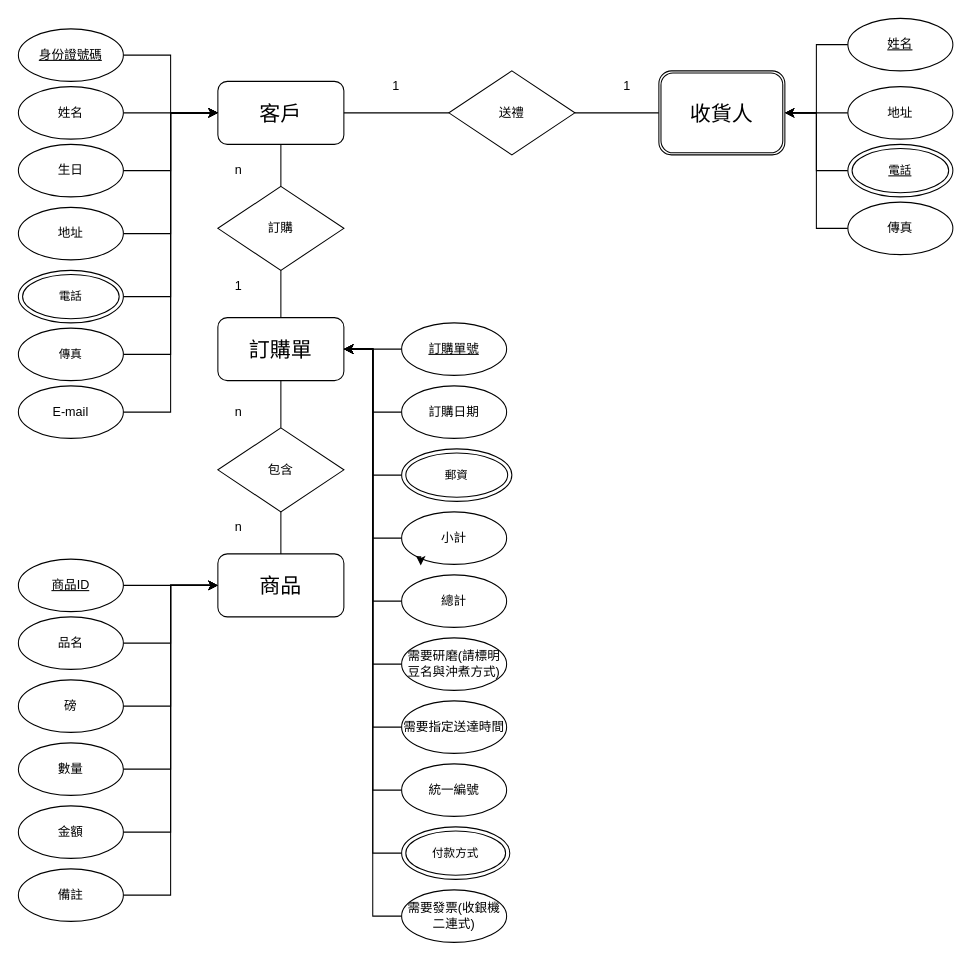
Earlier version of the draw.io diagram 原豆.drawio (Yohanewww/-). Source tidied: cells renumbered, new cells numbered last; positions are measured from the earlier drawing's top-left corner, leaving out a move shared by most shapes. Both pictures are drawn from the tidied source at 105%, with x=0, y=0 at pixel (18, 18).
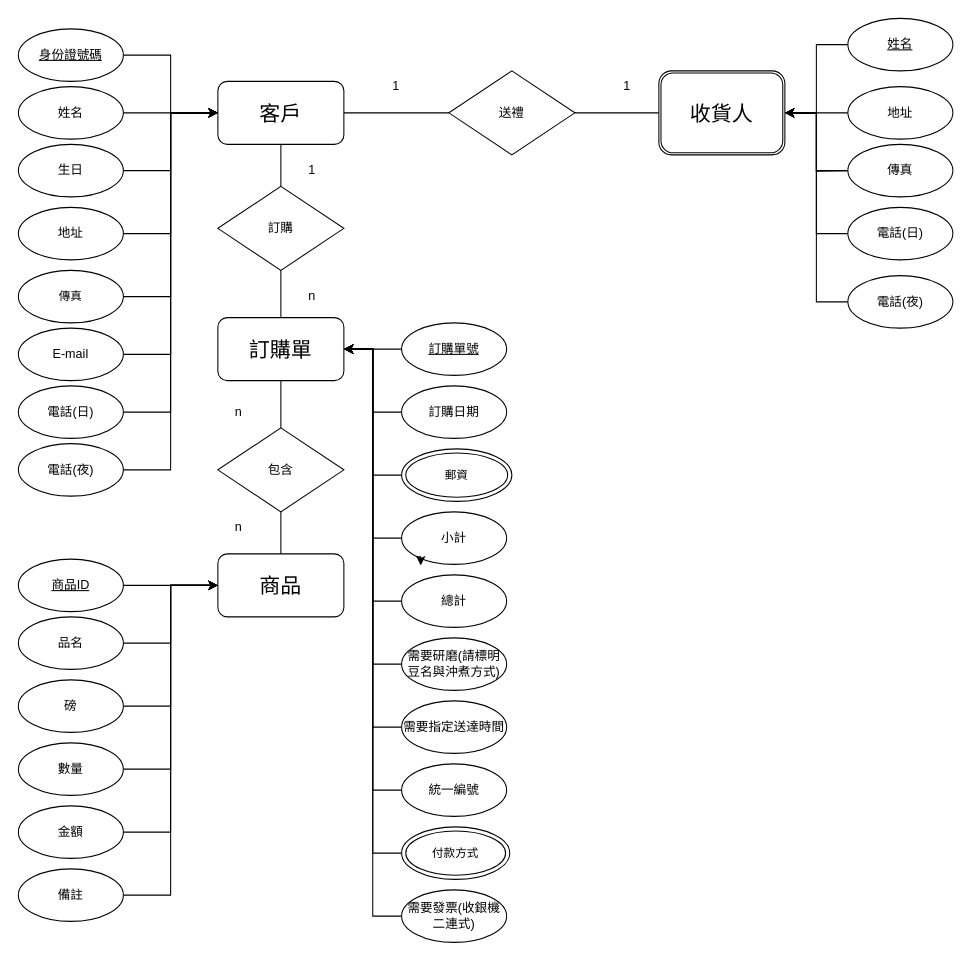
After the change.

The change refers to these unchanged cells:
```xml
<mxCell id="2" value="&lt;font style=&quot;font-size: 20px;&quot;&gt;客戶&lt;/font&gt;" style="rounded=1;whiteSpace=wrap;html=1;" parent="1" vertex="1">
  <mxGeometry x="190" y="60" width="120" height="60" as="geometry" />
</mxCell>
<mxCell id="75" value="&lt;font style=&quot;font-size: 20px;&quot;&gt;收貨人&lt;/font&gt;" style="shape=ext;double=1;rounded=1;whiteSpace=wrap;html=1;" parent="1" vertex="1">
  <mxGeometry x="610" y="50" width="120" height="80" as="geometry" />
</mxCell>
```

The edit, as a diff of the source:
```diff
@@
     <mxCell id="14" value="n" style="text;html=1;strokeColor=none;fillColor=none;align=center;verticalAlign=middle;whiteSpace=wrap;rounded=0;" parent="1" vertex="1">
-      <mxGeometry x="180" y="130" width="60" height="30" as="geometry" />
+      <mxGeometry x="250" y="250" width="60" height="30" as="geometry" />
     </mxCell>
@@
-    <mxCell id="21" style="edgeStyle=orthogonalEdgeStyle;rounded=0;jettySize=auto;html=1;entryX=0;entryY=0.5;entryDx=0;entryDy=0;exitX=1;exitY=0.5;exitDx=0;exitDy=0;" parent="1" edge="1" source="22" target="2">
+    <mxCell id="21" style="edgeStyle=orthogonalEdgeStyle;rounded=0;jettySize=auto;html=1;entryX=0;entryY=0.5;entryDx=0;entryDy=0;exitX=1;exitY=0.5;exitDx=0;exitDy=0;" parent="1" edge="1" target="2">
       <mxGeometry relative="1" as="geometry">
+        <mxPoint x="100" y="320" as="sourcePoint" />
         <Array as="points">
           <mxPoint x="145" y="320" />
           <mxPoint x="145" y="90" />
         </Array>
       </mxGeometry>
     </mxCell>
-    <mxCell id="22" value="&lt;span style=&quot;font-size: 11px;&quot;&gt;傳真&lt;/span&gt;" style="ellipse;whiteSpace=wrap;html=1;" parent="1" vertex="1">
-      <mxGeometry y="295" width="100" height="50" as="geometry" />
-    </mxCell>
@@
-    <mxCell id="24" value="E-mail" style="ellipse;whiteSpace=wrap;html=1;" parent="1" vertex="1">
+    <mxCell id="24" value="電話(日)" style="ellipse;whiteSpace=wrap;html=1;" parent="1" vertex="1">
       <mxGeometry y="350" width="100" height="50" as="geometry" />
     </mxCell>
@@
     <mxCell id="30" value="傳真" style="ellipse;whiteSpace=wrap;html=1;" parent="1" vertex="1">
-      <mxGeometry x="790" y="175" width="100" height="50" as="geometry" />
+      <mxGeometry x="790" y="120" width="100" height="50" as="geometry" />
     </mxCell>
@@
     <mxCell id="39" value="1" style="text;html=1;strokeColor=none;fillColor=none;align=center;verticalAlign=middle;whiteSpace=wrap;rounded=0;" parent="1" vertex="1">
-      <mxGeometry x="180" y="240" width="60" height="30" as="geometry" />
+      <mxGeometry x="250" y="130" width="60" height="30" as="geometry" />
     </mxCell>
@@
-    <mxCell id="69" style="edgeStyle=orthogonalEdgeStyle;rounded=0;jettySize=auto;html=1;entryX=0;entryY=0.5;entryDx=0;entryDy=0;exitX=1;exitY=0.5;exitDx=0;exitDy=0;" parent="1" edge="1" source="70" target="2">
+    <mxCell id="69" style="edgeStyle=orthogonalEdgeStyle;rounded=0;jettySize=auto;html=1;entryX=0;entryY=0.5;entryDx=0;entryDy=0;exitX=1;exitY=0.5;exitDx=0;exitDy=0;" parent="1" edge="1" target="2">
       <mxGeometry relative="1" as="geometry">
+        <mxPoint x="100" y="265" as="sourcePoint" />
         <Array as="points">
           <mxPoint x="145" y="265" />
           <mxPoint x="145" y="90" />
         </Array>
       </mxGeometry>
     </mxCell>
-    <mxCell id="70" value="&lt;font style=&quot;font-size: 11px;&quot;&gt;電話&lt;br&gt;&lt;/font&gt;" style="ellipse;shape=doubleEllipse;whiteSpace=wrap;html=1;" parent="1" vertex="1">
-      <mxGeometry y="240" width="100" height="50" as="geometry" />
-    </mxCell>
-    <mxCell id="71" style="edgeStyle=orthogonalEdgeStyle;rounded=0;jettySize=auto;html=1;entryX=1;entryY=0.5;entryDx=0;entryDy=0;" parent="1" edge="1" source="72" target="75">
-      <mxGeometry relative="1" as="geometry" />
+    <mxCell id="71" style="edgeStyle=orthogonalEdgeStyle;rounded=0;jettySize=auto;html=1;entryX=1;entryY=0.5;entryDx=0;entryDy=0;" parent="1" edge="1" target="75">
+      <mxGeometry relative="1" as="geometry">
+        <mxPoint x="790" y="145" as="sourcePoint" />
+      </mxGeometry>
     </mxCell>
-    <mxCell id="72" value="&lt;font style=&quot;font-size: 11px;&quot;&gt;&lt;u&gt;電話&lt;/u&gt;&lt;br&gt;&lt;/font&gt;" style="ellipse;shape=doubleEllipse;whiteSpace=wrap;html=1;" parent="1" vertex="1">
-      <mxGeometry x="790" y="120" width="100" height="50" as="geometry" />
-    </mxCell>
@@
+    <mxCell id="22" value="&lt;span style=&quot;font-size: 11px;&quot;&gt;傳真&lt;/span&gt;" style="ellipse;whiteSpace=wrap;html=1;" parent="1" vertex="1">
+      <mxGeometry y="240" width="100" height="50" as="geometry" />
+    </mxCell>
+    <mxCell id="76" value="E-mail" style="ellipse;whiteSpace=wrap;html=1;" parent="1" vertex="1">
+      <mxGeometry y="295" width="100" height="50" as="geometry" />
+    </mxCell>
+    <mxCell id="77" style="edgeStyle=orthogonalEdgeStyle;rounded=0;jettySize=auto;html=1;entryX=0;entryY=0.5;entryDx=0;entryDy=0;" parent="1" edge="1" source="78" target="2">
+      <mxGeometry relative="1" as="geometry" />
+    </mxCell>
+    <mxCell id="78" value="電話(夜)" style="ellipse;whiteSpace=wrap;html=1;" parent="1" vertex="1">
+      <mxGeometry y="405" width="100" height="50" as="geometry" />
+    </mxCell>
+    <mxCell id="79" style="edgeStyle=orthogonalEdgeStyle;rounded=0;jettySize=auto;html=1;entryX=1;entryY=0.5;entryDx=0;entryDy=0;" parent="1" edge="1" source="80" target="75">
+      <mxGeometry relative="1" as="geometry" />
+    </mxCell>
+    <mxCell id="80" value="電話(日)" style="ellipse;whiteSpace=wrap;html=1;" parent="1" vertex="1">
+      <mxGeometry x="790" y="180" width="100" height="50" as="geometry" />
+    </mxCell>
+    <mxCell id="81" style="edgeStyle=orthogonalEdgeStyle;rounded=0;jettySize=auto;html=1;entryX=1;entryY=0.5;entryDx=0;entryDy=0;" parent="1" edge="1" source="82" target="75">
+      <mxGeometry relative="1" as="geometry" />
+    </mxCell>
+    <mxCell id="82" value="電話(夜)" style="ellipse;whiteSpace=wrap;html=1;" parent="1" vertex="1">
+      <mxGeometry x="790" y="245" width="100" height="50" as="geometry" />
+    </mxCell>
```
